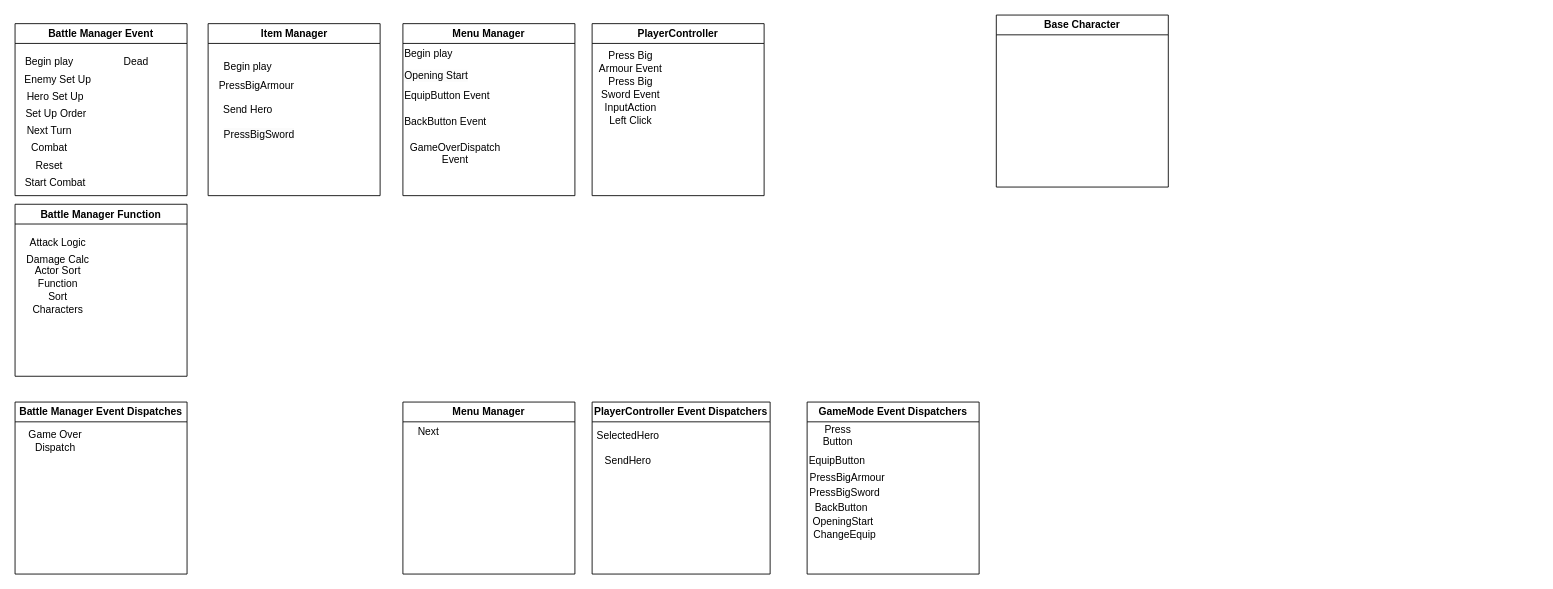
Above: FMP 2ndTermStuff/StructureDiagram.drawio in Warius5/FMP_Prototype_BenPowell (draw.io), before the change. Source tidied: cells renumbered, new cells numbered last; positions are measured from the earlier drawing's top-left corner, leaving out a move shared by most shapes. Both pictures are drawn from the tidied source at 86%, with x=0, y=0 at pixel (15, 15).
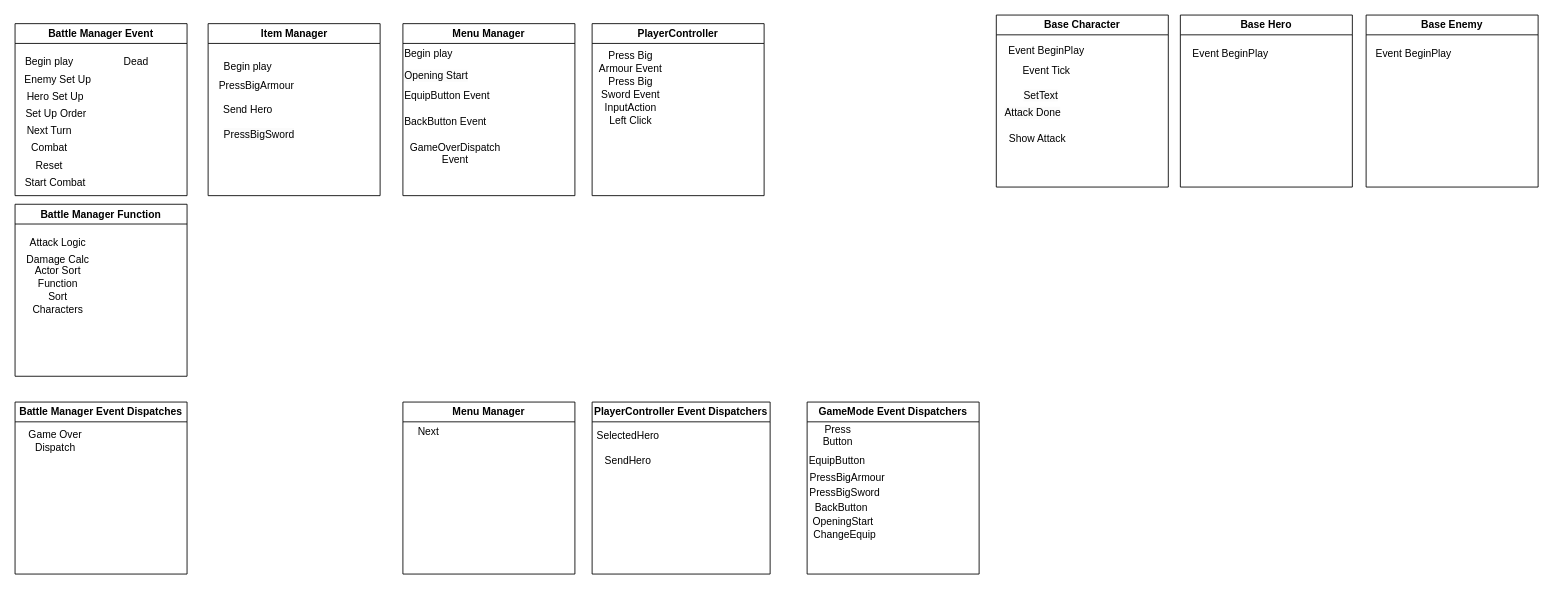
The same diagram, later.

The change refers to these unchanged cells:
```xml
<mxCell id="47" value="Base Character" style="swimlane;whiteSpace=wrap;html=1;" parent="1" vertex="1">
  <mxGeometry x="1141" width="200" height="200" as="geometry" />
</mxCell>
```

Diff of the diagram source:
```diff
@@
+    <mxCell id="48" value="Event Tick" style="text;html=1;align=center;verticalAlign=middle;strokeColor=none;fillColor=none;" parent="47" vertex="1">
+      <mxGeometry x="18" y="50" width="80" height="30" as="geometry" />
+    </mxCell>
+    <mxCell id="49" value="&lt;span style=&quot;color: rgb(0, 0, 0); font-family: Helvetica; font-size: 12px; font-style: normal; font-variant-ligatures: normal; font-variant-caps: normal; font-weight: 400; letter-spacing: normal; orphans: 2; text-align: center; text-indent: 0px; text-transform: none; widows: 2; word-spacing: 0px; -webkit-text-stroke-width: 0px; white-space: nowrap; background-color: rgb(251, 251, 251); text-decoration-thickness: initial; text-decoration-style: initial; text-decoration-color: initial; float: none; display: inline !important;&quot;&gt;SetText&lt;/span&gt;" style="text;whiteSpace=wrap;html=1;" parent="47" vertex="1">
+      <mxGeometry x="30" y="80" width="90" height="40" as="geometry" />
+    </mxCell>
+    <mxCell id="50" value="&lt;span style=&quot;color: rgb(0, 0, 0); font-family: Helvetica; font-size: 12px; font-style: normal; font-variant-ligatures: normal; font-variant-caps: normal; font-weight: 400; letter-spacing: normal; orphans: 2; text-align: center; text-indent: 0px; text-transform: none; widows: 2; word-spacing: 0px; -webkit-text-stroke-width: 0px; white-space: nowrap; background-color: rgb(251, 251, 251); text-decoration-thickness: initial; text-decoration-style: initial; text-decoration-color: initial; float: none; display: inline !important;&quot;&gt;Attack Done&lt;/span&gt;" style="text;whiteSpace=wrap;html=1;" parent="47" vertex="1">
+      <mxGeometry x="8" y="100" width="90" height="40" as="geometry" />
+    </mxCell>
+    <mxCell id="51" value="&lt;div style=&quot;text-align: center;&quot;&gt;&lt;span style=&quot;background-color: transparent; color: light-dark(rgb(0, 0, 0), rgb(255, 255, 255)); text-wrap-mode: nowrap;&quot;&gt;Show Attack&lt;/span&gt;&lt;/div&gt;" style="text;whiteSpace=wrap;html=1;" parent="47" vertex="1">
+      <mxGeometry x="13" y="130" width="90" height="40" as="geometry" />
+    </mxCell>
+    <mxCell id="52" value="Event BeginPlay" style="text;html=1;align=center;verticalAlign=middle;strokeColor=none;fillColor=none;" parent="1" vertex="1">
+      <mxGeometry x="1144" y="27" width="110" height="30" as="geometry" />
+    </mxCell>
+    <mxCell id="53" value="Base Hero" style="swimlane;whiteSpace=wrap;html=1;" parent="1" vertex="1">
+      <mxGeometry x="1355" width="200" height="200" as="geometry" />
+    </mxCell>
+    <mxCell id="54" value="Event BeginPlay" style="text;html=1;align=center;verticalAlign=middle;strokeColor=none;fillColor=none;" parent="53" vertex="1">
+      <mxGeometry x="3" y="30" width="110" height="30" as="geometry" />
+    </mxCell>
+    <mxCell id="55" value="Base Enemy" style="swimlane;whiteSpace=wrap;html=1;" parent="1" vertex="1">
+      <mxGeometry x="1571" width="200" height="200" as="geometry" />
+    </mxCell>
+    <mxCell id="56" value="Event BeginPlay" style="text;html=1;align=center;verticalAlign=middle;strokeColor=none;fillColor=none;" parent="55" vertex="1">
+      <mxGeometry y="30" width="110" height="30" as="geometry" />
+    </mxCell>
```
